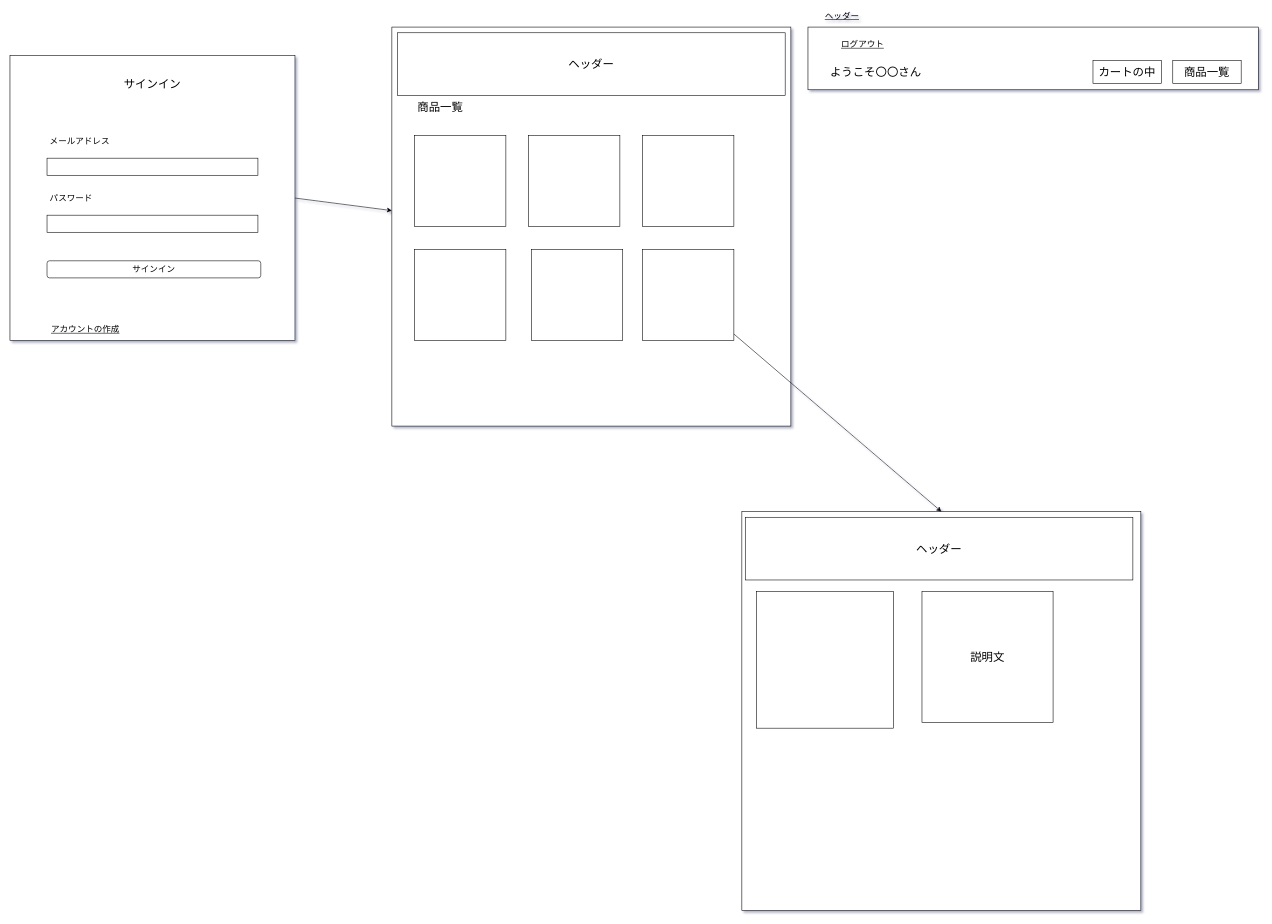
The draw.io diagram 画面設計図.drawio in matsuo-develop-mitsu/webShopNode, before the edit. Source tidied: cells renumbered, new cells numbered last; positions are measured from the earlier drawing's top-left corner, leaving out a move shared by most shapes. Both pictures are drawn from the tidied source at 57%, with x=0, y=0 at pixel (10, 10).
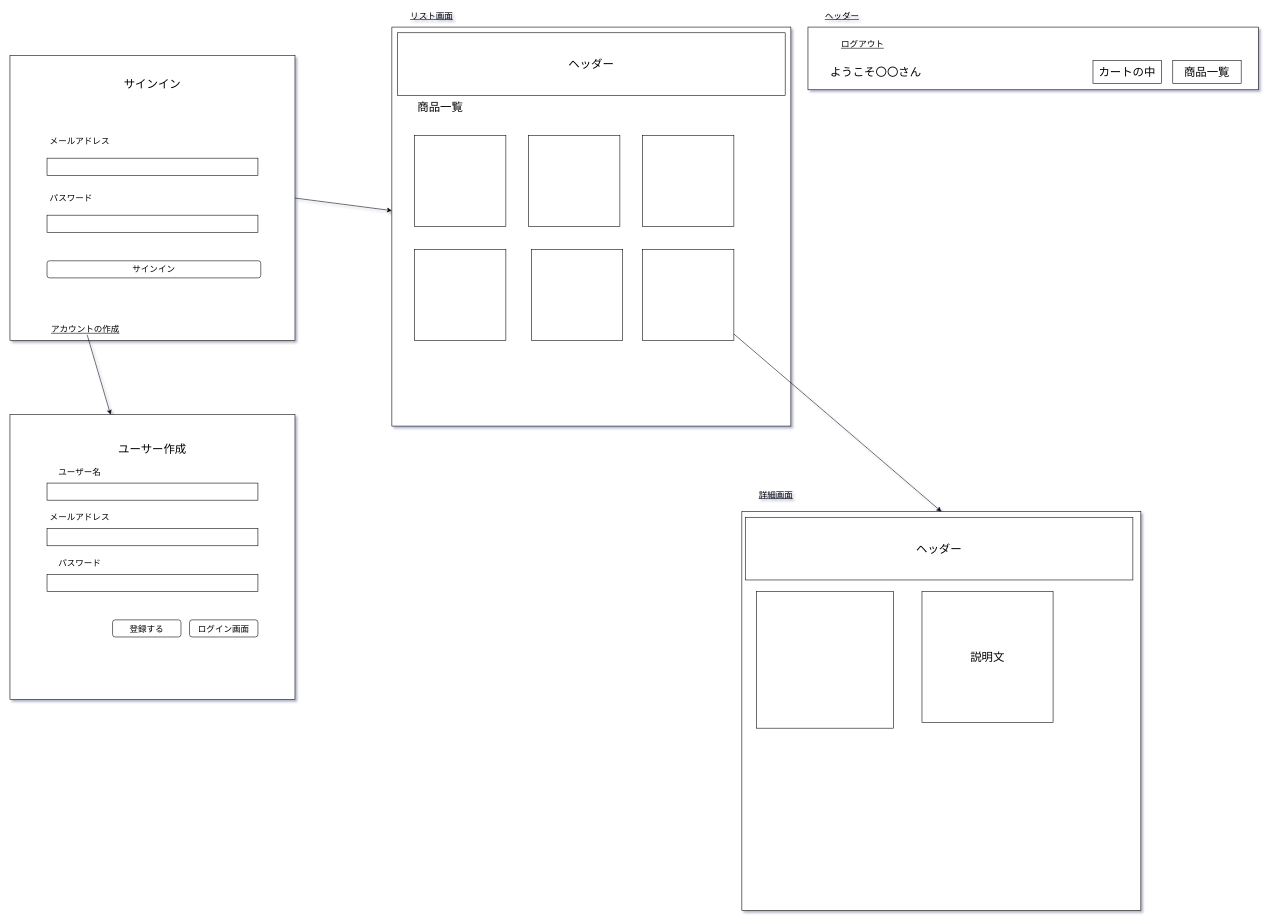
After the change.

The change refers to these unchanged cells:
```xml
<mxCell id="9" value="アカウントの作成" style="text;html=1;strokeColor=none;fillColor=none;align=center;verticalAlign=middle;whiteSpace=wrap;rounded=0;fontSize=15;fontStyle=4;" parent="1" vertex="1">
  <mxGeometry x="65" y="550" width="135" height="20" as="geometry" />
</mxCell>
```

What changed in the source:
```diff
@@
+    <mxCell id="31" value="リスト画面" style="text;html=1;strokeColor=none;fillColor=none;align=center;verticalAlign=middle;whiteSpace=wrap;rounded=0;fontSize=15;fontStyle=4;" parent="1" vertex="1">
+      <mxGeometry x="680" width="120" height="20" as="geometry" />
+    </mxCell>
+    <mxCell id="32" value="詳細画面" style="text;html=1;strokeColor=none;fillColor=none;align=center;verticalAlign=middle;whiteSpace=wrap;rounded=0;fontSize=15;fontStyle=4;" parent="1" vertex="1">
+      <mxGeometry x="1284" y="840" width="120" height="20" as="geometry" />
+    </mxCell>
+    <mxCell id="33" style="whiteSpace=wrap;html=1;" parent="1" vertex="1">
+      <mxGeometry y="710" width="500" height="500" as="geometry" />
+    </mxCell>
+    <mxCell id="34" style="endArrow=classic;html=1;fontSize=15;" parent="1" edge="1" source="9" target="33">
+      <mxGeometry relative="1" as="geometry" />
+    </mxCell>
+    <mxCell id="35" value="ユーサー作成" style="text;html=1;strokeColor=none;fillColor=none;align=center;verticalAlign=middle;whiteSpace=wrap;rounded=0;fontSize=20;" parent="1" vertex="1">
+      <mxGeometry x="160" y="760" width="180" height="20" as="geometry" />
+    </mxCell>
+    <mxCell id="36" value="ユーザー名" style="text;html=1;strokeColor=none;fillColor=none;align=center;verticalAlign=middle;whiteSpace=wrap;rounded=0;fontSize=15;labelPosition=center;verticalLabelPosition=middle;" parent="1" vertex="1">
+      <mxGeometry x="65" y="800" width="115" height="20" as="geometry" />
+    </mxCell>
+    <mxCell id="37" style="rounded=0;whiteSpace=wrap;html=1;fontSize=20;" parent="1" vertex="1">
+      <mxGeometry x="65" y="830" width="370" height="30" as="geometry" />
+    </mxCell>
+    <mxCell id="38" value="メールアドレス" style="text;html=1;strokeColor=none;fillColor=none;align=center;verticalAlign=middle;whiteSpace=wrap;rounded=0;fontSize=15;labelPosition=center;verticalLabelPosition=middle;" parent="1" vertex="1">
+      <mxGeometry x="65" y="880" width="115" height="20" as="geometry" />
+    </mxCell>
+    <mxCell id="39" style="rounded=0;whiteSpace=wrap;html=1;fontSize=20;" parent="1" vertex="1">
+      <mxGeometry x="65" y="910" width="370" height="30" as="geometry" />
+    </mxCell>
+    <mxCell id="40" value="パスワード" style="text;html=1;strokeColor=none;fillColor=none;align=center;verticalAlign=middle;whiteSpace=wrap;rounded=0;fontSize=15;labelPosition=center;verticalLabelPosition=middle;" parent="1" vertex="1">
+      <mxGeometry x="65" y="960" width="115" height="20" as="geometry" />
+    </mxCell>
+    <mxCell id="41" style="rounded=0;whiteSpace=wrap;html=1;fontSize=20;" parent="1" vertex="1">
+      <mxGeometry x="65" y="990" width="370" height="30" as="geometry" />
+    </mxCell>
+    <mxCell id="42" value="登録する" style="rounded=1;whiteSpace=wrap;html=1;fontSize=15;" parent="1" vertex="1">
+      <mxGeometry x="180" y="1070" width="120" height="30" as="geometry" />
+    </mxCell>
+    <mxCell id="43" value="ログイン画面" style="rounded=1;whiteSpace=wrap;html=1;fontSize=15;" parent="1" vertex="1">
+      <mxGeometry x="315" y="1070" width="120" height="30" as="geometry" />
+    </mxCell>
```
